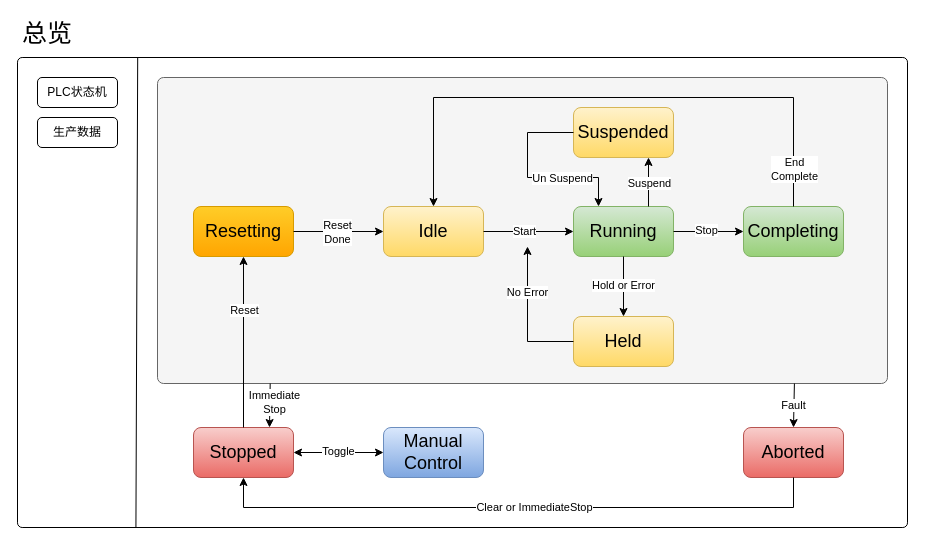
The draw.io diagram PLC_MachineState.drawio in Sheng4715/ModbusCollectionTool, before the edit. Source tidied: cells renumbered, new cells numbered last; positions are measured from the earlier drawing's top-left corner, leaving out a move shared by most shapes. Both pictures are drawn from the tidied source at 100%, with x=0, y=0 at pixel (17, 17).
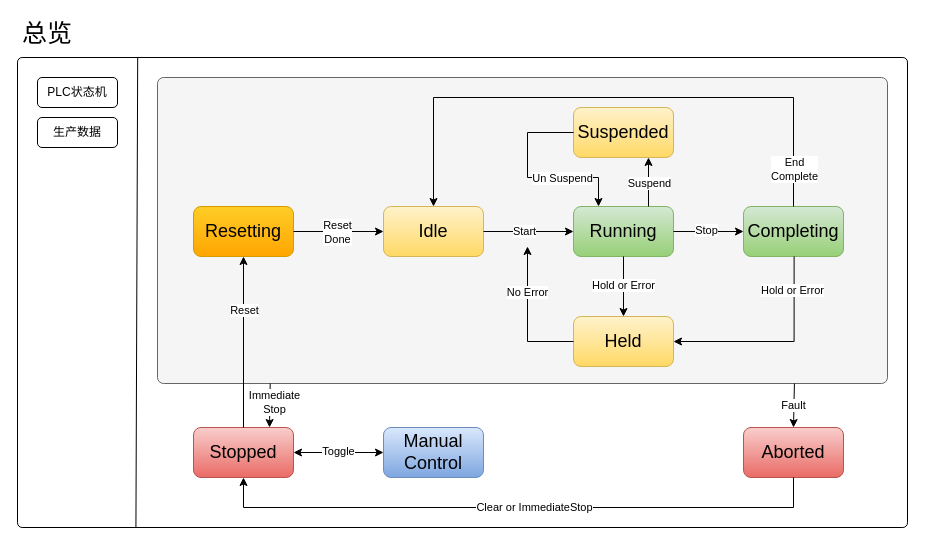
The same page after the edit.

Commit message (it also covers changes not shown here):
P1.2 状态机新增 Completing -> Held 连线（Hold or Error）

Unchanged cells that the change refers to:
```xml
<mxCell id="8" value="Held" style="rounded=1;whiteSpace=wrap;html=1;roundedPerimeter=1;fontFamily=Helvetica;fontSize=18;fontStyle=0;align=center;verticalAlign=middle;fillColor=#fff2cc;gradientColor=#ffd966;strokeColor=#d6b656;" parent="1" vertex="1">
  <mxGeometry x="556" y="299" width="100" height="50" as="geometry" />
</mxCell>
<mxCell id="11" value="Completing" style="rounded=1;whiteSpace=wrap;html=1;roundedPerimeter=1;fontFamily=Helvetica;fontSize=18;fontStyle=0;align=center;verticalAlign=middle;fillColor=#d5e8d4;gradientColor=#97d077;strokeColor=#82b366;" parent="1" vertex="1">
  <mxGeometry x="726" y="189" width="100" height="50" as="geometry" />
</mxCell>
```

The edit, as a diff of the source:
```diff
@@
+    <mxCell id="43" style="endArrow=classic;html=1;rounded=0;exitX=0.507;exitY=1.074;exitDx=0;exitDy=0;curved=0;entryX=1;entryY=0.5;entryDx=0;entryDy=0;" parent="1" edge="1" source="11" target="8">
+      <mxGeometry x="-0.01" relative="1" as="geometry">
+        <Array as="points">
+          <mxPoint x="776.6" y="324" />
+        </Array>
+      </mxGeometry>
+    </mxCell>
+    <mxCell id="44" value="Hold or Error" style="edgeLabel;html=1;align=center;verticalAlign=middle;" parent="43" vertex="1">
+      <mxGeometry x="-0.67" y="-2" relative="1" as="geometry" />
+    </mxCell>
```
